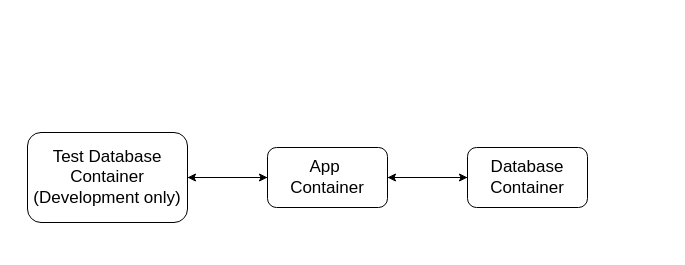
Above: info/ContainerDiagram.drawio in NileCochenInc/fitnessaiapp (draw.io), before the change. Source tidied: cells renumbered, new cells numbered last; positions are measured from the earlier drawing's top-left corner, leaving out a move shared by most shapes. Both pictures are drawn from the tidied source at 100%, with x=0, y=0 at pixel (27, 132). Pictures stored in the file or linked from it are replaced by grey dashed boxes.
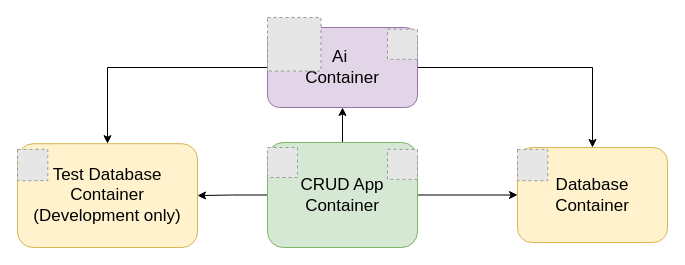
The same page after the edit.

Commit message (it also covers changes not shown here):
Updated Container Diagram

Diff of the diagram source:
```diff
@@
 <mxGraphModel>
   <root>
     <mxCell id="0" />
     <mxCell id="1" parent="0" />
     <mxCell id="2" style="edgeStyle=orthogonalEdgeStyle;rounded=0;jettySize=auto;html=1;entryX=1;entryY=0.5;entryDx=0;entryDy=0;" parent="1" edge="1" source="4" target="8">
       <mxGeometry relative="1" as="geometry" />
     </mxCell>
     <mxCell id="3" style="edgeStyle=orthogonalEdgeStyle;rounded=0;jettySize=auto;html=1;entryX=0;entryY=0.5;entryDx=0;entryDy=0;" parent="1" edge="1" source="4" target="6">
       <mxGeometry relative="1" as="geometry" />
     </mxCell>
+    <mxCell id="9" style="edgeStyle=orthogonalEdgeStyle;rounded=0;jettySize=auto;html=1;entryX=0.5;entryY=1;entryDx=0;entryDy=0;" parent="1" edge="1" source="4" target="12">
+      <mxGeometry relative="1" as="geometry" />
+    </mxCell>
-    <mxCell id="4" value="&lt;font style=&quot;font-size: 17px;&quot;&gt;App&amp;nbsp;&lt;/font&gt;&lt;div&gt;&lt;font style=&quot;font-size: 17px;&quot;&gt;Container&lt;/font&gt;&lt;/div&gt;" style="rounded=1;whiteSpace=wrap;html=1;" parent="1" vertex="1">
-      <mxGeometry x="240" y="15" width="120" height="60" as="geometry" />
+    <mxCell id="4" value="&lt;span style=&quot;font-size: 17px;&quot;&gt;CRUD App&lt;/span&gt;&lt;div&gt;&lt;span style=&quot;font-size: 17px;&quot;&gt;Container&lt;/span&gt;&lt;/div&gt;" style="rounded=1;whiteSpace=wrap;html=1;fillColor=#d5e8d4;strokeColor=#82b366;" parent="1" vertex="1">
+      <mxGeometry x="240" y="10" width="150" height="105" as="geometry" />
     </mxCell>
-    <mxCell id="5" style="edgeStyle=orthogonalEdgeStyle;rounded=0;jettySize=auto;html=1;" parent="1" edge="1" source="6" target="4">
-      <mxGeometry relative="1" as="geometry" />
-    </mxCell>
-    <mxCell id="6" value="&lt;font style=&quot;font-size: 17px;&quot;&gt;Database Container&lt;/font&gt;" style="rounded=1;whiteSpace=wrap;html=1;" parent="1" vertex="1">
-      <mxGeometry x="440" y="15" width="120" height="60" as="geometry" />
+    <mxCell id="6" value="&lt;font style=&quot;font-size: 17px;&quot;&gt;Database Container&lt;/font&gt;" style="rounded=1;whiteSpace=wrap;html=1;fillColor=#fff2cc;strokeColor=#d6b656;" parent="1" vertex="1">
+      <mxGeometry x="490" y="15" width="150" height="95" as="geometry" />
     </mxCell>
-    <mxCell id="7" style="edgeStyle=orthogonalEdgeStyle;rounded=0;jettySize=auto;html=1;entryX=0;entryY=0.5;entryDx=0;entryDy=0;" parent="1" edge="1" source="8" target="4">
-      <mxGeometry relative="1" as="geometry" />
-    </mxCell>
-    <mxCell id="8" value="&lt;font style=&quot;font-size: 17px;&quot;&gt;Test Database Container (Development only)&lt;/font&gt;" style="rounded=1;whiteSpace=wrap;html=1;" parent="1" vertex="1">
-      <mxGeometry width="160" height="90" as="geometry" />
+    <mxCell id="8" value="&lt;font style=&quot;font-size: 17px;&quot;&gt;Test Database Container (Development only)&lt;/font&gt;" style="rounded=1;whiteSpace=wrap;html=1;shadow=0;fillColor=#fff2cc;strokeColor=#d6b656;" parent="1" vertex="1">
+      <mxGeometry x="-10" y="11.2" width="180" height="103.8" as="geometry" />
     </mxCell>
+    <mxCell id="10" style="edgeStyle=orthogonalEdgeStyle;rounded=0;jettySize=auto;html=1;entryX=0.5;entryY=0;entryDx=0;entryDy=0;" parent="1" edge="1" source="12" target="6">
+      <mxGeometry relative="1" as="geometry" />
+    </mxCell>
+    <mxCell id="11" style="edgeStyle=orthogonalEdgeStyle;rounded=0;jettySize=auto;html=1;entryX=0.5;entryY=0;entryDx=0;entryDy=0;" parent="1" edge="1" source="12" target="8">
+      <mxGeometry relative="1" as="geometry" />
+    </mxCell>
+    <mxCell id="12" value="&lt;span style=&quot;font-size: 17px;&quot;&gt;Ai&amp;nbsp;&lt;/span&gt;&lt;div&gt;&lt;span style=&quot;font-size: 17px;&quot;&gt;Container&lt;/span&gt;&lt;/div&gt;" style="rounded=1;whiteSpace=wrap;html=1;fillColor=#e1d5e7;strokeColor=#9673a6;" parent="1" vertex="1">
+      <mxGeometry x="240" y="-105" width="150" height="80" as="geometry" />
+    </mxCell>
+    <mxCell id="13" style="fillColor=#E6E6E6;strokeColor=#999999;dashed=1;verticalLabelPosition=bottom;labelBackgroundColor=default;verticalAlign=top;" parent="1" vertex="1">
+      <mxGeometry x="240" y="15" width="30" height="30" as="geometry" />
+    </mxCell>
+    <mxCell id="14" style="fillColor=#E6E6E6;strokeColor=#999999;dashed=1;verticalLabelPosition=bottom;labelBackgroundColor=default;verticalAlign=top;" parent="1" vertex="1">
+      <mxGeometry x="360" y="16.9" width="30" height="30" as="geometry" />
+    </mxCell>
+    <mxCell id="15" style="fillColor=#E6E6E6;strokeColor=#999999;dashed=1;verticalLabelPosition=bottom;labelBackgroundColor=default;verticalAlign=top;" parent="1" vertex="1">
+      <mxGeometry x="360" y="-103.2" width="30" height="30" as="geometry" />
+    </mxCell>
+    <mxCell id="16" style="fillColor=#E6E6E6;strokeColor=#999999;dashed=1;verticalLabelPosition=bottom;labelBackgroundColor=default;verticalAlign=top;" parent="1" vertex="1">
+      <mxGeometry x="240" y="-115" width="53.5" height="53.5" as="geometry" />
+    </mxCell>
+    <mxCell id="17" style="fillColor=#E6E6E6;strokeColor=#999999;dashed=1;verticalLabelPosition=bottom;labelBackgroundColor=default;verticalAlign=top;" parent="1" vertex="1">
+      <mxGeometry x="490" y="16.9" width="30.3" height="31.3" as="geometry" />
+    </mxCell>
+    <mxCell id="18" style="fillColor=#E6E6E6;strokeColor=#999999;dashed=1;verticalLabelPosition=bottom;labelBackgroundColor=default;verticalAlign=top;" parent="1" vertex="1">
+      <mxGeometry x="-10" y="16.9" width="30.3" height="31.3" as="geometry" />
+    </mxCell>
   </root>
 </mxGraphModel>
```
